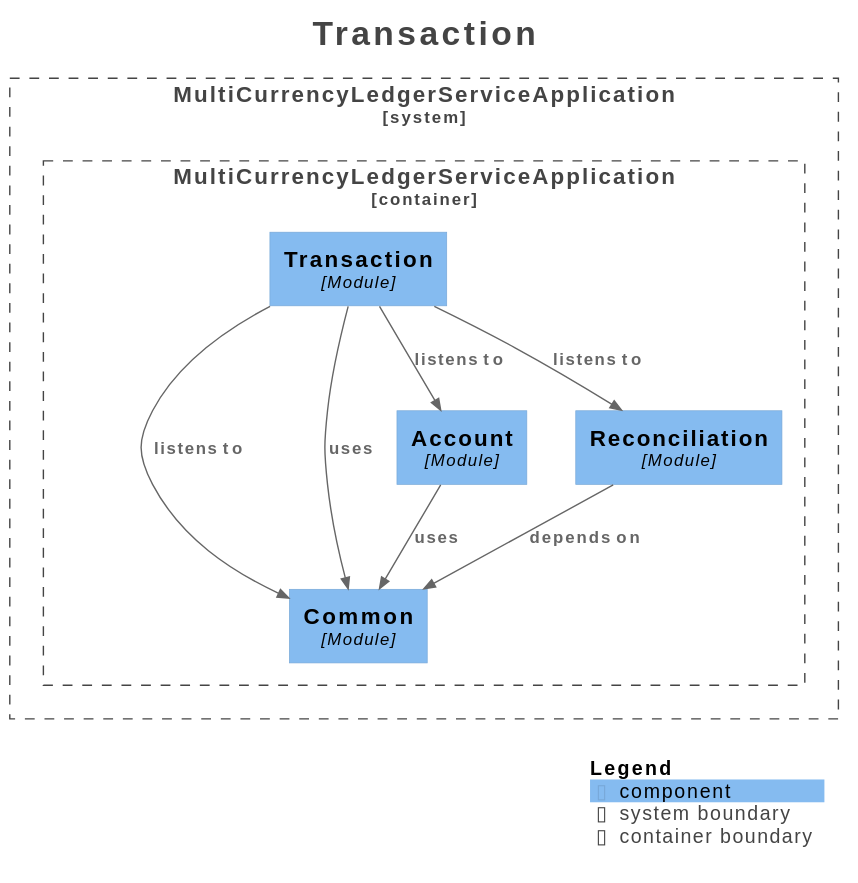
Earlier version of the PlantUML export docs/architecture/modulith/module-transaction.svg (RaonJena99/multi-currency-ledger-service).
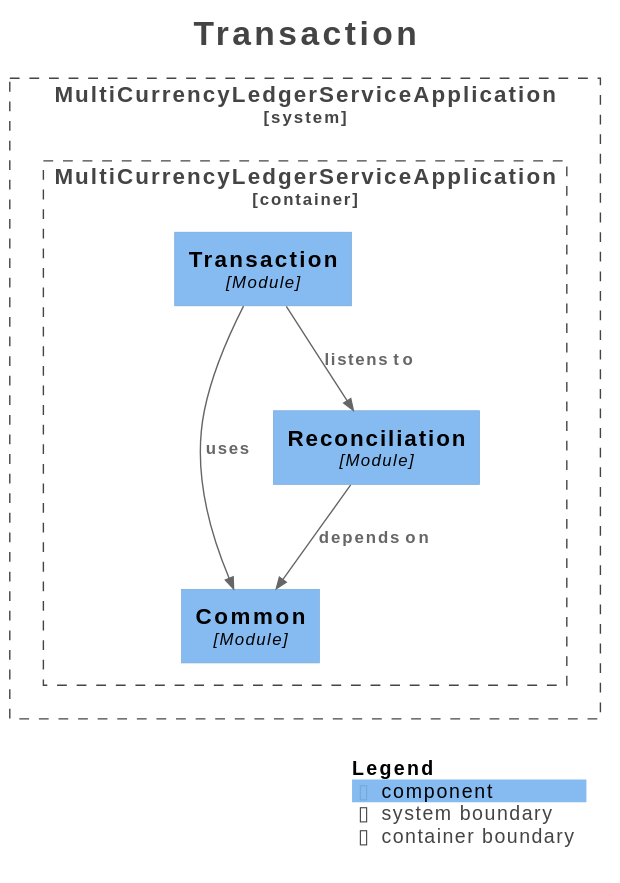
Above is the later version.

The edit, as a diff of the source:
```diff
@@ -18,16 +18,12 @@
 System_Boundary("MultiCurrencyLedgerServiceApplication_boundary", "MultiCurrencyLedgerServiceApplication", $tags="") {
   Container_Boundary("MultiCurrencyLedgerServiceApplication.MultiCurrencyLedgerServiceApplication_boundary", "MultiCurrencyLedgerServiceApplication", $tags="") {
     Component(MultiCurrencyLedgerServiceApplication.MultiCurrencyLedgerServiceApplication.Common, "Common", $techn="Module", $descr="", $tags="", $link="")
-    Component(MultiCurrencyLedgerServiceApplication.MultiCurrencyLedgerServiceApplication.Account, "Account", $techn="Module", $descr="", $tags="", $link="")
     Component(MultiCurrencyLedgerServiceApplication.MultiCurrencyLedgerServiceApplication.Reconciliation, "Reconciliation", $techn="Module", $descr="", $tags="", $link="")
     Component(MultiCurrencyLedgerServiceApplication.MultiCurrencyLedgerServiceApplication.Transaction, "Transaction", $techn="Module", $descr="", $tags="", $link="")
   }
 
 }
 
-Rel(MultiCurrencyLedgerServiceApplication.MultiCurrencyLedgerServiceApplication.Account, MultiCurrencyLedgerServiceApplication.MultiCurrencyLedgerServiceApplication.Common, "uses", $techn="", $tags="", $link="")
-Rel(MultiCurrencyLedgerServiceApplication.MultiCurrencyLedgerServiceApplication.Transaction, MultiCurrencyLedgerServiceApplication.MultiCurrencyLedgerServiceApplication.Account, "listens to", $techn="", $tags="", $link="")
-Rel(MultiCurrencyLedgerServiceApplication.MultiCurrencyLedgerServiceApplication.Transaction, MultiCurrencyLedgerServiceApplication.MultiCurrencyLedgerServiceApplication.Common, "listens to", $techn="", $tags="", $link="")
 Rel(MultiCurrencyLedgerServiceApplication.MultiCurrencyLedgerServiceApplication.Transaction, MultiCurrencyLedgerServiceApplication.MultiCurrencyLedgerServiceApplication.Reconciliation, "listens to", $techn="", $tags="", $link="")
 Rel(MultiCurrencyLedgerServiceApplication.MultiCurrencyLedgerServiceApplication.Transaction, MultiCurrencyLedgerServiceApplication.MultiCurrencyLedgerServiceApplication.Common, "uses", $techn="", $tags="", $link="")
 Rel(MultiCurrencyLedgerServiceApplication.MultiCurrencyLedgerServiceApplication.Reconciliation, MultiCurrencyLedgerServiceApplication.MultiCurrencyLedgerServiceApplication.Common, "depends on", $techn="", $tags="", $link="")
```
